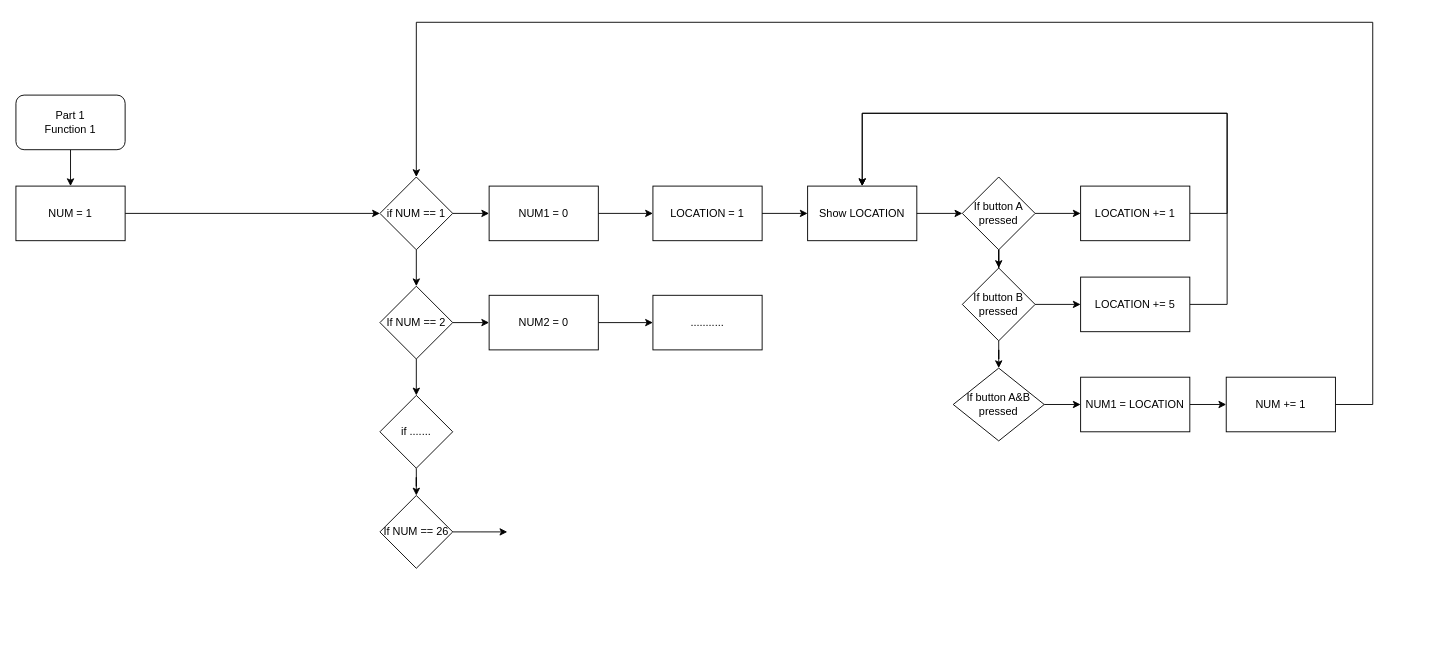
Above: 未命名绘图.drawio in lemuela1/LearnPython (draw.io), before the change. Source tidied: cells renumbered, new cells numbered last; positions are measured from the earlier drawing's top-left corner, leaving out a move shared by most shapes. Both pictures are drawn from the tidied source at 91%, with x=0, y=0 at pixel (15, 22).
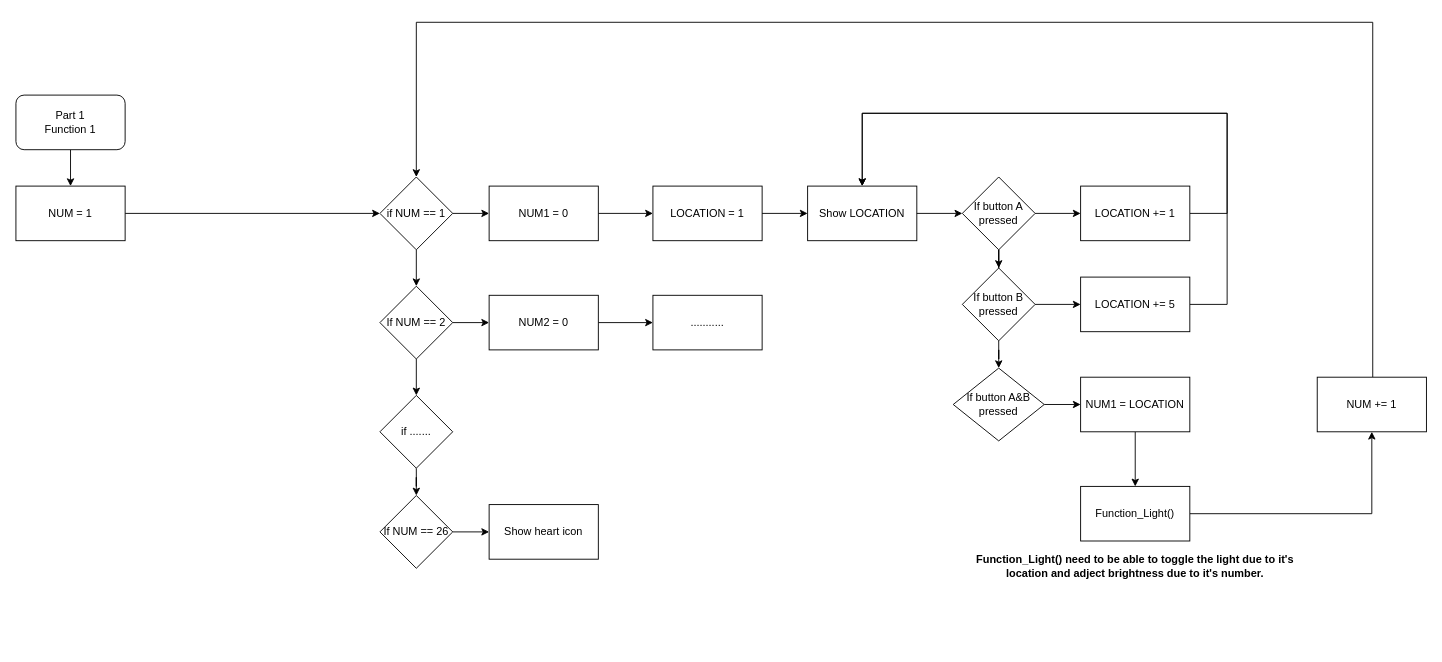
The same page after the edit.

Commit message:
Bingo part1

The change refers to these unchanged cells:
```xml
<mxCell id="26" value="NUM1 = LOCATION" style="rounded=0;whiteSpace=wrap;html=1;" parent="1" vertex="1">
  <mxGeometry x="1170" y="390" width="120" height="60" as="geometry" />
</mxCell>
<mxCell id="40" value="If NUM == 26" style="rhombus;whiteSpace=wrap;html=1;" parent="1" vertex="1">
  <mxGeometry x="400" y="520" width="80" height="80" as="geometry" />
</mxCell>
```

The edit, as a diff of the source:
```diff
@@
-    <mxCell id="25" style="edgeStyle=orthogonalEdgeStyle;rounded=0;jettySize=auto;html=1;" parent="1" edge="1" source="26" target="38">
-      <mxGeometry relative="1" as="geometry" />
-    </mxCell>
+    <mxCell id="41" style="edgeStyle=orthogonalEdgeStyle;rounded=0;jettySize=auto;html=1;" parent="1" edge="1" source="26" target="44">
+      <mxGeometry relative="1" as="geometry" />
+    </mxCell>
@@
     <mxCell id="38" value="NUM += 1" style="rounded=0;whiteSpace=wrap;html=1;" parent="1" vertex="1">
-      <mxGeometry x="1330" y="390" width="120" height="60" as="geometry" />
+      <mxGeometry x="1430" y="390" width="120" height="60" as="geometry" />
     </mxCell>
-    <mxCell id="39" style="edgeStyle=orthogonalEdgeStyle;rounded=0;jettySize=auto;html=1;" parent="1" edge="1" source="40">
-      <mxGeometry relative="1" as="geometry">
-        <mxPoint x="540" y="560" as="targetPoint" />
-      </mxGeometry>
+    <mxCell id="39" style="edgeStyle=orthogonalEdgeStyle;rounded=0;jettySize=auto;html=1;" parent="1" edge="1" source="40" target="42">
+      <mxGeometry relative="1" as="geometry" />
     </mxCell>
@@
+    <mxCell id="42" value="Show heart icon" style="rounded=0;whiteSpace=wrap;html=1;" parent="1" vertex="1">
+      <mxGeometry x="520" y="530" width="120" height="60" as="geometry" />
+    </mxCell>
+    <mxCell id="43" style="edgeStyle=orthogonalEdgeStyle;rounded=0;jettySize=auto;html=1;entryX=0.5;entryY=1;entryDx=0;entryDy=0;" parent="1" edge="1" source="44" target="38">
+      <mxGeometry relative="1" as="geometry" />
+    </mxCell>
+    <mxCell id="44" value="Function_Light()" style="rounded=0;whiteSpace=wrap;html=1;" parent="1" vertex="1">
+      <mxGeometry x="1170" y="510" width="120" height="60" as="geometry" />
+    </mxCell>
+    <mxCell id="45" value="Function_Light() need to be able to toggle the light due to it's location and adject brightness due to it's number." style="text;html=1;align=center;verticalAlign=middle;whiteSpace=wrap;rounded=0;fontStyle=1;" parent="1" vertex="1">
+      <mxGeometry x="1040" y="510" width="380" height="175" as="geometry" />
+    </mxCell>
```
